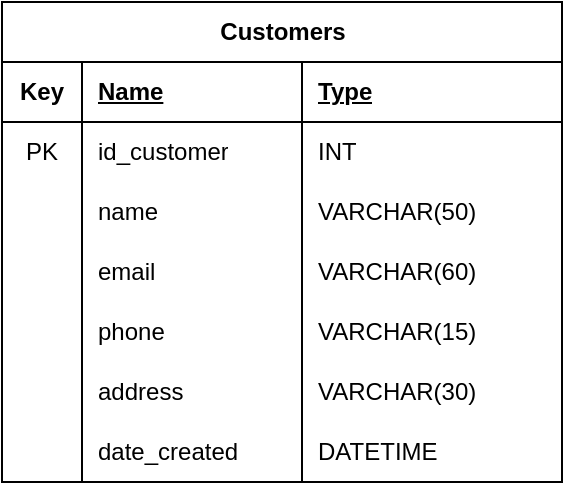
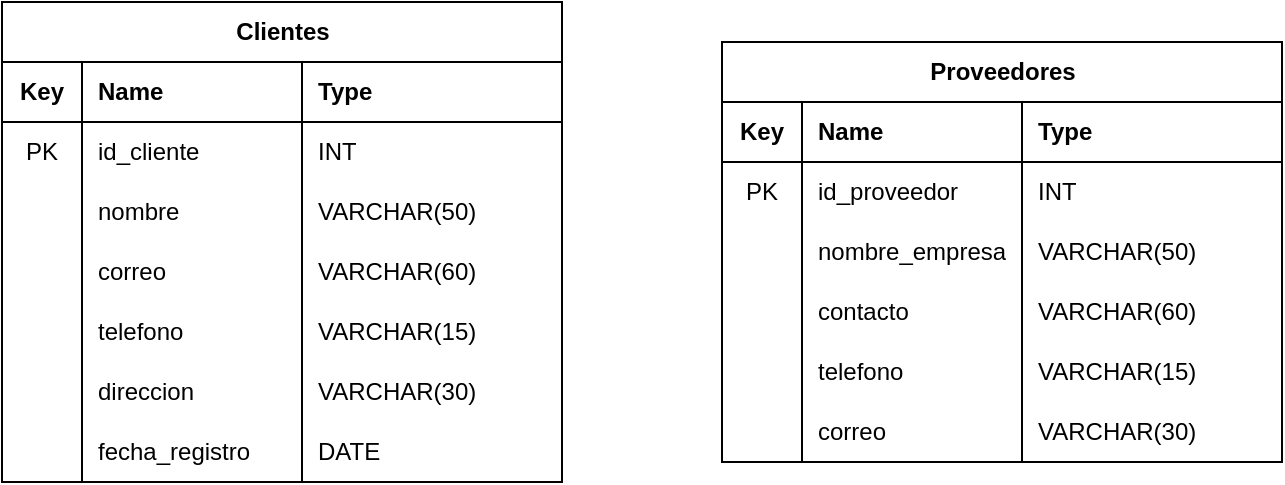
<mxfile host="Electron">
  <diagram name="Página-1" id="sR1Ps0EO85C2Zj-pyHuZ">
-     <mxGraphModel dx="524" dy="311" grid="1" gridSize="10" guides="1" tooltips="1" connect="1" arrows="1" fold="1" page="0" pageScale="1" pageWidth="1200" pageHeight="1600" math="0" shadow="0">
+     <mxGraphModel dx="673" dy="400" grid="1" gridSize="10" guides="1" tooltips="1" connect="1" arrows="1" fold="1" page="0" pageScale="1" pageWidth="1200" pageHeight="1600" math="0" shadow="0">
      <root>
        <mxCell id="0" />
        <mxCell id="1" parent="0" />
-         <mxCell id="xAmgPdqkpu9deVfPNxn2-15" parent="1" style="shape=table;startSize=30;container=1;collapsible=1;childLayout=tableLayout;fixedRows=1;rowLines=0;fontStyle=1;align=center;resizeLast=1;html=1;" value="Customers" vertex="1">
+         <mxCell id="xAmgPdqkpu9deVfPNxn2-15" parent="1" style="shape=table;startSize=30;container=1;collapsible=1;childLayout=tableLayout;fixedRows=1;rowLines=0;fontStyle=1;align=center;resizeLast=1;html=1;" value="Clientes" vertex="1">
          <mxGeometry height="240" width="280" x="200" y="180" as="geometry" />
        </mxCell>
        <mxCell id="xAmgPdqkpu9deVfPNxn2-16" parent="xAmgPdqkpu9deVfPNxn2-15" style="shape=tableRow;horizontal=0;startSize=0;swimlaneHead=0;swimlaneBody=0;fillColor=none;collapsible=0;dropTarget=0;points=[[0,0.5],[1,0.5]];portConstraint=eastwest;top=0;left=0;right=0;bottom=1;" value="" vertex="1">
          <mxGeometry height="30" width="280" y="30" as="geometry" />
        </mxCell>
        <mxCell id="xAmgPdqkpu9deVfPNxn2-17" parent="xAmgPdqkpu9deVfPNxn2-16" style="shape=partialRectangle;connectable=0;fillColor=none;top=0;left=0;bottom=0;right=0;fontStyle=1;overflow=hidden;whiteSpace=wrap;html=1;" value="Key" vertex="1">
          <mxGeometry height="30" width="40" as="geometry">
            <mxRectangle height="30" width="40" as="alternateBounds" />
          </mxGeometry>
        </mxCell>
-         <mxCell id="xAmgPdqkpu9deVfPNxn2-18" parent="xAmgPdqkpu9deVfPNxn2-16" style="shape=partialRectangle;connectable=0;fillColor=none;top=0;left=0;bottom=0;right=0;align=left;spacingLeft=6;fontStyle=5;overflow=hidden;whiteSpace=wrap;html=1;" value="Name" vertex="1">
-           <mxGeometry height="30" width="110" x="40" as="geometry">
-             <mxRectangle height="30" width="110" as="alternateBounds" />
-           </mxGeometry>
-         </mxCell>
-         <mxCell id="xAmgPdqkpu9deVfPNxn2-35" parent="xAmgPdqkpu9deVfPNxn2-16" style="shape=partialRectangle;connectable=0;fillColor=none;top=0;left=0;bottom=0;right=0;align=left;spacingLeft=6;fontStyle=5;overflow=hidden;whiteSpace=wrap;html=1;" value="Type" vertex="1">
+         <mxCell id="xAmgPdqkpu9deVfPNxn2-18" parent="xAmgPdqkpu9deVfPNxn2-16" style="shape=partialRectangle;connectable=0;fillColor=none;top=0;left=0;bottom=0;right=0;align=left;spacingLeft=6;fontStyle=1;overflow=hidden;whiteSpace=wrap;html=1;" value="Name" vertex="1">
+           <mxGeometry height="30" width="110" x="40" as="geometry">
+             <mxRectangle height="30" width="110" as="alternateBounds" />
+           </mxGeometry>
+         </mxCell>
+         <mxCell id="xAmgPdqkpu9deVfPNxn2-35" parent="xAmgPdqkpu9deVfPNxn2-16" style="shape=partialRectangle;connectable=0;fillColor=none;top=0;left=0;bottom=0;right=0;align=left;spacingLeft=6;fontStyle=1;overflow=hidden;whiteSpace=wrap;html=1;" value="Type" vertex="1">
          <mxGeometry height="30" width="130" x="150" as="geometry">
            <mxRectangle height="30" width="130" as="alternateBounds" />
          </mxGeometry>
        </mxCell>
        <mxCell id="xAmgPdqkpu9deVfPNxn2-19" parent="xAmgPdqkpu9deVfPNxn2-15" style="shape=tableRow;horizontal=0;startSize=0;swimlaneHead=0;swimlaneBody=0;fillColor=none;collapsible=0;dropTarget=0;points=[[0,0.5],[1,0.5]];portConstraint=eastwest;top=0;left=0;right=0;bottom=0;" value="" vertex="1">
          <mxGeometry height="30" width="280" y="60" as="geometry" />
        </mxCell>
        <mxCell id="xAmgPdqkpu9deVfPNxn2-20" parent="xAmgPdqkpu9deVfPNxn2-19" style="shape=partialRectangle;connectable=0;fillColor=none;top=0;left=0;bottom=0;right=0;editable=1;overflow=hidden;whiteSpace=wrap;html=1;" value="PK" vertex="1">
          <mxGeometry height="30" width="40" as="geometry">
            <mxRectangle height="30" width="40" as="alternateBounds" />
          </mxGeometry>
        </mxCell>
-         <mxCell id="xAmgPdqkpu9deVfPNxn2-21" parent="xAmgPdqkpu9deVfPNxn2-19" style="shape=partialRectangle;connectable=0;fillColor=none;top=0;left=0;bottom=0;right=0;align=left;spacingLeft=6;overflow=hidden;whiteSpace=wrap;html=1;" value="id_customer" vertex="1">
+         <mxCell id="xAmgPdqkpu9deVfPNxn2-21" parent="xAmgPdqkpu9deVfPNxn2-19" style="shape=partialRectangle;connectable=0;fillColor=none;top=0;left=0;bottom=0;right=0;align=left;spacingLeft=6;overflow=hidden;whiteSpace=wrap;html=1;" value="id_cliente" vertex="1">
          <mxGeometry height="30" width="110" x="40" as="geometry">
            <mxRectangle height="30" width="110" as="alternateBounds" />
          </mxGeometry>
        </mxCell>
        <mxCell id="xAmgPdqkpu9deVfPNxn2-36" parent="xAmgPdqkpu9deVfPNxn2-19" style="shape=partialRectangle;connectable=0;fillColor=none;top=0;left=0;bottom=0;right=0;align=left;spacingLeft=6;overflow=hidden;whiteSpace=wrap;html=1;" value="INT" vertex="1">
          <mxGeometry height="30" width="130" x="150" as="geometry">
            <mxRectangle height="30" width="130" as="alternateBounds" />
          </mxGeometry>
        </mxCell>
        <mxCell id="xAmgPdqkpu9deVfPNxn2-22" parent="xAmgPdqkpu9deVfPNxn2-15" style="shape=tableRow;horizontal=0;startSize=0;swimlaneHead=0;swimlaneBody=0;fillColor=none;collapsible=0;dropTarget=0;points=[[0,0.5],[1,0.5]];portConstraint=eastwest;top=0;left=0;right=0;bottom=0;" value="" vertex="1">
          <mxGeometry height="30" width="280" y="90" as="geometry" />
        </mxCell>
        <mxCell id="xAmgPdqkpu9deVfPNxn2-23" parent="xAmgPdqkpu9deVfPNxn2-22" style="shape=partialRectangle;connectable=0;fillColor=none;top=0;left=0;bottom=0;right=0;editable=1;overflow=hidden;whiteSpace=wrap;html=1;" value="" vertex="1">
          <mxGeometry height="30" width="40" as="geometry">
            <mxRectangle height="30" width="40" as="alternateBounds" />
          </mxGeometry>
        </mxCell>
-         <mxCell id="xAmgPdqkpu9deVfPNxn2-24" parent="xAmgPdqkpu9deVfPNxn2-22" style="shape=partialRectangle;connectable=0;fillColor=none;top=0;left=0;bottom=0;right=0;align=left;spacingLeft=6;overflow=hidden;whiteSpace=wrap;html=1;" value="name" vertex="1">
+         <mxCell id="xAmgPdqkpu9deVfPNxn2-24" parent="xAmgPdqkpu9deVfPNxn2-22" style="shape=partialRectangle;connectable=0;fillColor=none;top=0;left=0;bottom=0;right=0;align=left;spacingLeft=6;overflow=hidden;whiteSpace=wrap;html=1;" value="nombre" vertex="1">
          <mxGeometry height="30" width="110" x="40" as="geometry">
            <mxRectangle height="30" width="110" as="alternateBounds" />
          </mxGeometry>
        </mxCell>
        <mxCell id="xAmgPdqkpu9deVfPNxn2-37" parent="xAmgPdqkpu9deVfPNxn2-22" style="shape=partialRectangle;connectable=0;fillColor=none;top=0;left=0;bottom=0;right=0;align=left;spacingLeft=6;overflow=hidden;whiteSpace=wrap;html=1;" value="VARCHAR(50)" vertex="1">
          <mxGeometry height="30" width="130" x="150" as="geometry">
            <mxRectangle height="30" width="130" as="alternateBounds" />
          </mxGeometry>
        </mxCell>
        <mxCell id="xAmgPdqkpu9deVfPNxn2-25" parent="xAmgPdqkpu9deVfPNxn2-15" style="shape=tableRow;horizontal=0;startSize=0;swimlaneHead=0;swimlaneBody=0;fillColor=none;collapsible=0;dropTarget=0;points=[[0,0.5],[1,0.5]];portConstraint=eastwest;top=0;left=0;right=0;bottom=0;" value="" vertex="1">
          <mxGeometry height="30" width="280" y="120" as="geometry" />
        </mxCell>
        <mxCell id="xAmgPdqkpu9deVfPNxn2-26" parent="xAmgPdqkpu9deVfPNxn2-25" style="shape=partialRectangle;connectable=0;fillColor=none;top=0;left=0;bottom=0;right=0;editable=1;overflow=hidden;whiteSpace=wrap;html=1;" value="" vertex="1">
          <mxGeometry height="30" width="40" as="geometry">
            <mxRectangle height="30" width="40" as="alternateBounds" />
          </mxGeometry>
        </mxCell>
-         <mxCell id="xAmgPdqkpu9deVfPNxn2-27" parent="xAmgPdqkpu9deVfPNxn2-25" style="shape=partialRectangle;connectable=0;fillColor=none;top=0;left=0;bottom=0;right=0;align=left;spacingLeft=6;overflow=hidden;whiteSpace=wrap;html=1;" value="email" vertex="1">
+         <mxCell id="xAmgPdqkpu9deVfPNxn2-27" parent="xAmgPdqkpu9deVfPNxn2-25" style="shape=partialRectangle;connectable=0;fillColor=none;top=0;left=0;bottom=0;right=0;align=left;spacingLeft=6;overflow=hidden;whiteSpace=wrap;html=1;" value="correo" vertex="1">
          <mxGeometry height="30" width="110" x="40" as="geometry">
            <mxRectangle height="30" width="110" as="alternateBounds" />
          </mxGeometry>
        </mxCell>
        <mxCell id="xAmgPdqkpu9deVfPNxn2-38" parent="xAmgPdqkpu9deVfPNxn2-25" style="shape=partialRectangle;connectable=0;fillColor=none;top=0;left=0;bottom=0;right=0;align=left;spacingLeft=6;overflow=hidden;whiteSpace=wrap;html=1;" value="VARCHAR(60)" vertex="1">
          <mxGeometry height="30" width="130" x="150" as="geometry">
            <mxRectangle height="30" width="130" as="alternateBounds" />
          </mxGeometry>
        </mxCell>
        <mxCell id="xAmgPdqkpu9deVfPNxn2-51" parent="xAmgPdqkpu9deVfPNxn2-15" style="shape=tableRow;horizontal=0;startSize=0;swimlaneHead=0;swimlaneBody=0;fillColor=none;collapsible=0;dropTarget=0;points=[[0,0.5],[1,0.5]];portConstraint=eastwest;top=0;left=0;right=0;bottom=0;" vertex="1">
          <mxGeometry height="30" width="280" y="150" as="geometry" />
        </mxCell>
        <mxCell id="xAmgPdqkpu9deVfPNxn2-52" parent="xAmgPdqkpu9deVfPNxn2-51" style="shape=partialRectangle;connectable=0;fillColor=none;top=0;left=0;bottom=0;right=0;editable=1;overflow=hidden;whiteSpace=wrap;html=1;" vertex="1">
          <mxGeometry height="30" width="40" as="geometry">
            <mxRectangle height="30" width="40" as="alternateBounds" />
          </mxGeometry>
        </mxCell>
-         <mxCell id="xAmgPdqkpu9deVfPNxn2-53" parent="xAmgPdqkpu9deVfPNxn2-51" style="shape=partialRectangle;connectable=0;fillColor=none;top=0;left=0;bottom=0;right=0;align=left;spacingLeft=6;overflow=hidden;whiteSpace=wrap;html=1;" value="phone" vertex="1">
+         <mxCell id="xAmgPdqkpu9deVfPNxn2-53" parent="xAmgPdqkpu9deVfPNxn2-51" style="shape=partialRectangle;connectable=0;fillColor=none;top=0;left=0;bottom=0;right=0;align=left;spacingLeft=6;overflow=hidden;whiteSpace=wrap;html=1;" value="telefono" vertex="1">
          <mxGeometry height="30" width="110" x="40" as="geometry">
            <mxRectangle height="30" width="110" as="alternateBounds" />
          </mxGeometry>
        </mxCell>
        <mxCell id="xAmgPdqkpu9deVfPNxn2-54" parent="xAmgPdqkpu9deVfPNxn2-51" style="shape=partialRectangle;connectable=0;fillColor=none;top=0;left=0;bottom=0;right=0;align=left;spacingLeft=6;overflow=hidden;whiteSpace=wrap;html=1;" value="VARCHAR(15)" vertex="1">
          <mxGeometry height="30" width="130" x="150" as="geometry">
            <mxRectangle height="30" width="130" as="alternateBounds" />
          </mxGeometry>
        </mxCell>
        <mxCell id="xAmgPdqkpu9deVfPNxn2-47" parent="xAmgPdqkpu9deVfPNxn2-15" style="shape=tableRow;horizontal=0;startSize=0;swimlaneHead=0;swimlaneBody=0;fillColor=none;collapsible=0;dropTarget=0;points=[[0,0.5],[1,0.5]];portConstraint=eastwest;top=0;left=0;right=0;bottom=0;" vertex="1">
          <mxGeometry height="30" width="280" y="180" as="geometry" />
        </mxCell>
        <mxCell id="xAmgPdqkpu9deVfPNxn2-48" parent="xAmgPdqkpu9deVfPNxn2-47" style="shape=partialRectangle;connectable=0;fillColor=none;top=0;left=0;bottom=0;right=0;editable=1;overflow=hidden;whiteSpace=wrap;html=1;" vertex="1">
          <mxGeometry height="30" width="40" as="geometry">
            <mxRectangle height="30" width="40" as="alternateBounds" />
          </mxGeometry>
        </mxCell>
-         <mxCell id="xAmgPdqkpu9deVfPNxn2-49" parent="xAmgPdqkpu9deVfPNxn2-47" style="shape=partialRectangle;connectable=0;fillColor=none;top=0;left=0;bottom=0;right=0;align=left;spacingLeft=6;overflow=hidden;whiteSpace=wrap;html=1;" value="address" vertex="1">
+         <mxCell id="xAmgPdqkpu9deVfPNxn2-49" parent="xAmgPdqkpu9deVfPNxn2-47" style="shape=partialRectangle;connectable=0;fillColor=none;top=0;left=0;bottom=0;right=0;align=left;spacingLeft=6;overflow=hidden;whiteSpace=wrap;html=1;" value="direccion" vertex="1">
          <mxGeometry height="30" width="110" x="40" as="geometry">
            <mxRectangle height="30" width="110" as="alternateBounds" />
          </mxGeometry>
        </mxCell>
        <mxCell id="xAmgPdqkpu9deVfPNxn2-50" parent="xAmgPdqkpu9deVfPNxn2-47" style="shape=partialRectangle;connectable=0;fillColor=none;top=0;left=0;bottom=0;right=0;align=left;spacingLeft=6;overflow=hidden;whiteSpace=wrap;html=1;" value="VARCHAR(30)" vertex="1">
          <mxGeometry height="30" width="130" x="150" as="geometry">
            <mxRectangle height="30" width="130" as="alternateBounds" />
          </mxGeometry>
        </mxCell>
        <mxCell id="xAmgPdqkpu9deVfPNxn2-43" parent="xAmgPdqkpu9deVfPNxn2-15" style="shape=tableRow;horizontal=0;startSize=0;swimlaneHead=0;swimlaneBody=0;fillColor=none;collapsible=0;dropTarget=0;points=[[0,0.5],[1,0.5]];portConstraint=eastwest;top=0;left=0;right=0;bottom=0;" vertex="1">
          <mxGeometry height="30" width="280" y="210" as="geometry" />
        </mxCell>
        <mxCell id="xAmgPdqkpu9deVfPNxn2-44" parent="xAmgPdqkpu9deVfPNxn2-43" style="shape=partialRectangle;connectable=0;fillColor=none;top=0;left=0;bottom=0;right=0;editable=1;overflow=hidden;whiteSpace=wrap;html=1;" vertex="1">
          <mxGeometry height="30" width="40" as="geometry">
            <mxRectangle height="30" width="40" as="alternateBounds" />
          </mxGeometry>
        </mxCell>
-         <mxCell id="xAmgPdqkpu9deVfPNxn2-45" parent="xAmgPdqkpu9deVfPNxn2-43" style="shape=partialRectangle;connectable=0;fillColor=none;top=0;left=0;bottom=0;right=0;align=left;spacingLeft=6;overflow=hidden;whiteSpace=wrap;html=1;" value="date_created" vertex="1">
-           <mxGeometry height="30" width="110" x="40" as="geometry">
-             <mxRectangle height="30" width="110" as="alternateBounds" />
-           </mxGeometry>
-         </mxCell>
-         <mxCell id="xAmgPdqkpu9deVfPNxn2-46" parent="xAmgPdqkpu9deVfPNxn2-43" style="shape=partialRectangle;connectable=0;fillColor=none;top=0;left=0;bottom=0;right=0;align=left;spacingLeft=6;overflow=hidden;whiteSpace=wrap;html=1;" value="DATETIME" vertex="1">
+         <mxCell id="xAmgPdqkpu9deVfPNxn2-45" parent="xAmgPdqkpu9deVfPNxn2-43" style="shape=partialRectangle;connectable=0;fillColor=none;top=0;left=0;bottom=0;right=0;align=left;spacingLeft=6;overflow=hidden;whiteSpace=wrap;html=1;" value="fecha_registro" vertex="1">
+           <mxGeometry height="30" width="110" x="40" as="geometry">
+             <mxRectangle height="30" width="110" as="alternateBounds" />
+           </mxGeometry>
+         </mxCell>
+         <mxCell id="xAmgPdqkpu9deVfPNxn2-46" parent="xAmgPdqkpu9deVfPNxn2-43" style="shape=partialRectangle;connectable=0;fillColor=none;top=0;left=0;bottom=0;right=0;align=left;spacingLeft=6;overflow=hidden;whiteSpace=wrap;html=1;" value="DATE" vertex="1">
+           <mxGeometry height="30" width="130" x="150" as="geometry">
+             <mxRectangle height="30" width="130" as="alternateBounds" />
+           </mxGeometry>
+         </mxCell>
+         <mxCell id="K0b2Ki9Ypb01gu5B7JBL-1" parent="1" style="shape=table;startSize=30;container=1;collapsible=1;childLayout=tableLayout;fixedRows=1;rowLines=0;fontStyle=1;align=center;resizeLast=1;html=1;" value="Proveedores" vertex="1">
+           <mxGeometry height="210" width="280" x="560" y="200" as="geometry" />
+         </mxCell>
+         <mxCell id="K0b2Ki9Ypb01gu5B7JBL-2" parent="K0b2Ki9Ypb01gu5B7JBL-1" style="shape=tableRow;horizontal=0;startSize=0;swimlaneHead=0;swimlaneBody=0;fillColor=none;collapsible=0;dropTarget=0;points=[[0,0.5],[1,0.5]];portConstraint=eastwest;top=0;left=0;right=0;bottom=1;" value="" vertex="1">
+           <mxGeometry height="30" width="280" y="30" as="geometry" />
+         </mxCell>
+         <mxCell id="K0b2Ki9Ypb01gu5B7JBL-3" parent="K0b2Ki9Ypb01gu5B7JBL-2" style="shape=partialRectangle;connectable=0;fillColor=none;top=0;left=0;bottom=0;right=0;fontStyle=1;overflow=hidden;whiteSpace=wrap;html=1;" value="Key" vertex="1">
+           <mxGeometry height="30" width="40" as="geometry">
+             <mxRectangle height="30" width="40" as="alternateBounds" />
+           </mxGeometry>
+         </mxCell>
+         <mxCell id="K0b2Ki9Ypb01gu5B7JBL-4" parent="K0b2Ki9Ypb01gu5B7JBL-2" style="shape=partialRectangle;connectable=0;fillColor=none;top=0;left=0;bottom=0;right=0;align=left;spacingLeft=6;fontStyle=1;overflow=hidden;whiteSpace=wrap;html=1;" value="Name" vertex="1">
+           <mxGeometry height="30" width="110" x="40" as="geometry">
+             <mxRectangle height="30" width="110" as="alternateBounds" />
+           </mxGeometry>
+         </mxCell>
+         <mxCell id="K0b2Ki9Ypb01gu5B7JBL-5" parent="K0b2Ki9Ypb01gu5B7JBL-2" style="shape=partialRectangle;connectable=0;fillColor=none;top=0;left=0;bottom=0;right=0;align=left;spacingLeft=6;fontStyle=1;overflow=hidden;whiteSpace=wrap;html=1;" value="Type" vertex="1">
+           <mxGeometry height="30" width="130" x="150" as="geometry">
+             <mxRectangle height="30" width="130" as="alternateBounds" />
+           </mxGeometry>
+         </mxCell>
+         <mxCell id="K0b2Ki9Ypb01gu5B7JBL-6" parent="K0b2Ki9Ypb01gu5B7JBL-1" style="shape=tableRow;horizontal=0;startSize=0;swimlaneHead=0;swimlaneBody=0;fillColor=none;collapsible=0;dropTarget=0;points=[[0,0.5],[1,0.5]];portConstraint=eastwest;top=0;left=0;right=0;bottom=0;" value="" vertex="1">
+           <mxGeometry height="30" width="280" y="60" as="geometry" />
+         </mxCell>
+         <mxCell id="K0b2Ki9Ypb01gu5B7JBL-7" parent="K0b2Ki9Ypb01gu5B7JBL-6" style="shape=partialRectangle;connectable=0;fillColor=none;top=0;left=0;bottom=0;right=0;editable=1;overflow=hidden;whiteSpace=wrap;html=1;" value="PK" vertex="1">
+           <mxGeometry height="30" width="40" as="geometry">
+             <mxRectangle height="30" width="40" as="alternateBounds" />
+           </mxGeometry>
+         </mxCell>
+         <mxCell id="K0b2Ki9Ypb01gu5B7JBL-8" parent="K0b2Ki9Ypb01gu5B7JBL-6" style="shape=partialRectangle;connectable=0;fillColor=none;top=0;left=0;bottom=0;right=0;align=left;spacingLeft=6;overflow=hidden;whiteSpace=wrap;html=1;" value="id_proveedor" vertex="1">
+           <mxGeometry height="30" width="110" x="40" as="geometry">
+             <mxRectangle height="30" width="110" as="alternateBounds" />
+           </mxGeometry>
+         </mxCell>
+         <mxCell id="K0b2Ki9Ypb01gu5B7JBL-9" parent="K0b2Ki9Ypb01gu5B7JBL-6" style="shape=partialRectangle;connectable=0;fillColor=none;top=0;left=0;bottom=0;right=0;align=left;spacingLeft=6;overflow=hidden;whiteSpace=wrap;html=1;" value="INT" vertex="1">
+           <mxGeometry height="30" width="130" x="150" as="geometry">
+             <mxRectangle height="30" width="130" as="alternateBounds" />
+           </mxGeometry>
+         </mxCell>
+         <mxCell id="K0b2Ki9Ypb01gu5B7JBL-10" parent="K0b2Ki9Ypb01gu5B7JBL-1" style="shape=tableRow;horizontal=0;startSize=0;swimlaneHead=0;swimlaneBody=0;fillColor=none;collapsible=0;dropTarget=0;points=[[0,0.5],[1,0.5]];portConstraint=eastwest;top=0;left=0;right=0;bottom=0;" value="" vertex="1">
+           <mxGeometry height="30" width="280" y="90" as="geometry" />
+         </mxCell>
+         <mxCell id="K0b2Ki9Ypb01gu5B7JBL-11" parent="K0b2Ki9Ypb01gu5B7JBL-10" style="shape=partialRectangle;connectable=0;fillColor=none;top=0;left=0;bottom=0;right=0;editable=1;overflow=hidden;whiteSpace=wrap;html=1;" value="" vertex="1">
+           <mxGeometry height="30" width="40" as="geometry">
+             <mxRectangle height="30" width="40" as="alternateBounds" />
+           </mxGeometry>
+         </mxCell>
+         <mxCell id="K0b2Ki9Ypb01gu5B7JBL-12" parent="K0b2Ki9Ypb01gu5B7JBL-10" style="shape=partialRectangle;connectable=0;fillColor=none;top=0;left=0;bottom=0;right=0;align=left;spacingLeft=6;overflow=hidden;whiteSpace=wrap;html=1;" value="nombre_empresa" vertex="1">
+           <mxGeometry height="30" width="110" x="40" as="geometry">
+             <mxRectangle height="30" width="110" as="alternateBounds" />
+           </mxGeometry>
+         </mxCell>
+         <mxCell id="K0b2Ki9Ypb01gu5B7JBL-13" parent="K0b2Ki9Ypb01gu5B7JBL-10" style="shape=partialRectangle;connectable=0;fillColor=none;top=0;left=0;bottom=0;right=0;align=left;spacingLeft=6;overflow=hidden;whiteSpace=wrap;html=1;" value="VARCHAR(50)" vertex="1">
+           <mxGeometry height="30" width="130" x="150" as="geometry">
+             <mxRectangle height="30" width="130" as="alternateBounds" />
+           </mxGeometry>
+         </mxCell>
+         <mxCell id="K0b2Ki9Ypb01gu5B7JBL-14" parent="K0b2Ki9Ypb01gu5B7JBL-1" style="shape=tableRow;horizontal=0;startSize=0;swimlaneHead=0;swimlaneBody=0;fillColor=none;collapsible=0;dropTarget=0;points=[[0,0.5],[1,0.5]];portConstraint=eastwest;top=0;left=0;right=0;bottom=0;" value="" vertex="1">
+           <mxGeometry height="30" width="280" y="120" as="geometry" />
+         </mxCell>
+         <mxCell id="K0b2Ki9Ypb01gu5B7JBL-15" parent="K0b2Ki9Ypb01gu5B7JBL-14" style="shape=partialRectangle;connectable=0;fillColor=none;top=0;left=0;bottom=0;right=0;editable=1;overflow=hidden;whiteSpace=wrap;html=1;" value="" vertex="1">
+           <mxGeometry height="30" width="40" as="geometry">
+             <mxRectangle height="30" width="40" as="alternateBounds" />
+           </mxGeometry>
+         </mxCell>
+         <mxCell id="K0b2Ki9Ypb01gu5B7JBL-16" parent="K0b2Ki9Ypb01gu5B7JBL-14" style="shape=partialRectangle;connectable=0;fillColor=none;top=0;left=0;bottom=0;right=0;align=left;spacingLeft=6;overflow=hidden;whiteSpace=wrap;html=1;" value="contacto" vertex="1">
+           <mxGeometry height="30" width="110" x="40" as="geometry">
+             <mxRectangle height="30" width="110" as="alternateBounds" />
+           </mxGeometry>
+         </mxCell>
+         <mxCell id="K0b2Ki9Ypb01gu5B7JBL-17" parent="K0b2Ki9Ypb01gu5B7JBL-14" style="shape=partialRectangle;connectable=0;fillColor=none;top=0;left=0;bottom=0;right=0;align=left;spacingLeft=6;overflow=hidden;whiteSpace=wrap;html=1;" value="VARCHAR(60)" vertex="1">
+           <mxGeometry height="30" width="130" x="150" as="geometry">
+             <mxRectangle height="30" width="130" as="alternateBounds" />
+           </mxGeometry>
+         </mxCell>
+         <mxCell id="K0b2Ki9Ypb01gu5B7JBL-18" parent="K0b2Ki9Ypb01gu5B7JBL-1" style="shape=tableRow;horizontal=0;startSize=0;swimlaneHead=0;swimlaneBody=0;fillColor=none;collapsible=0;dropTarget=0;points=[[0,0.5],[1,0.5]];portConstraint=eastwest;top=0;left=0;right=0;bottom=0;" vertex="1">
+           <mxGeometry height="30" width="280" y="150" as="geometry" />
+         </mxCell>
+         <mxCell id="K0b2Ki9Ypb01gu5B7JBL-19" parent="K0b2Ki9Ypb01gu5B7JBL-18" style="shape=partialRectangle;connectable=0;fillColor=none;top=0;left=0;bottom=0;right=0;editable=1;overflow=hidden;whiteSpace=wrap;html=1;" vertex="1">
+           <mxGeometry height="30" width="40" as="geometry">
+             <mxRectangle height="30" width="40" as="alternateBounds" />
+           </mxGeometry>
+         </mxCell>
+         <mxCell id="K0b2Ki9Ypb01gu5B7JBL-20" parent="K0b2Ki9Ypb01gu5B7JBL-18" style="shape=partialRectangle;connectable=0;fillColor=none;top=0;left=0;bottom=0;right=0;align=left;spacingLeft=6;overflow=hidden;whiteSpace=wrap;html=1;" value="telefono" vertex="1">
+           <mxGeometry height="30" width="110" x="40" as="geometry">
+             <mxRectangle height="30" width="110" as="alternateBounds" />
+           </mxGeometry>
+         </mxCell>
+         <mxCell id="K0b2Ki9Ypb01gu5B7JBL-21" parent="K0b2Ki9Ypb01gu5B7JBL-18" style="shape=partialRectangle;connectable=0;fillColor=none;top=0;left=0;bottom=0;right=0;align=left;spacingLeft=6;overflow=hidden;whiteSpace=wrap;html=1;" value="VARCHAR(15)" vertex="1">
+           <mxGeometry height="30" width="130" x="150" as="geometry">
+             <mxRectangle height="30" width="130" as="alternateBounds" />
+           </mxGeometry>
+         </mxCell>
+         <mxCell id="K0b2Ki9Ypb01gu5B7JBL-22" parent="K0b2Ki9Ypb01gu5B7JBL-1" style="shape=tableRow;horizontal=0;startSize=0;swimlaneHead=0;swimlaneBody=0;fillColor=none;collapsible=0;dropTarget=0;points=[[0,0.5],[1,0.5]];portConstraint=eastwest;top=0;left=0;right=0;bottom=0;" vertex="1">
+           <mxGeometry height="30" width="280" y="180" as="geometry" />
+         </mxCell>
+         <mxCell id="K0b2Ki9Ypb01gu5B7JBL-23" parent="K0b2Ki9Ypb01gu5B7JBL-22" style="shape=partialRectangle;connectable=0;fillColor=none;top=0;left=0;bottom=0;right=0;editable=1;overflow=hidden;whiteSpace=wrap;html=1;" vertex="1">
+           <mxGeometry height="30" width="40" as="geometry">
+             <mxRectangle height="30" width="40" as="alternateBounds" />
+           </mxGeometry>
+         </mxCell>
+         <mxCell id="K0b2Ki9Ypb01gu5B7JBL-24" parent="K0b2Ki9Ypb01gu5B7JBL-22" style="shape=partialRectangle;connectable=0;fillColor=none;top=0;left=0;bottom=0;right=0;align=left;spacingLeft=6;overflow=hidden;whiteSpace=wrap;html=1;" value="correo" vertex="1">
+           <mxGeometry height="30" width="110" x="40" as="geometry">
+             <mxRectangle height="30" width="110" as="alternateBounds" />
+           </mxGeometry>
+         </mxCell>
+         <mxCell id="K0b2Ki9Ypb01gu5B7JBL-25" parent="K0b2Ki9Ypb01gu5B7JBL-22" style="shape=partialRectangle;connectable=0;fillColor=none;top=0;left=0;bottom=0;right=0;align=left;spacingLeft=6;overflow=hidden;whiteSpace=wrap;html=1;" value="VARCHAR(30)" vertex="1">
          <mxGeometry height="30" width="130" x="150" as="geometry">
            <mxRectangle height="30" width="130" as="alternateBounds" />
          </mxGeometry>
        </mxCell>
      </root>
    </mxGraphModel>
  </diagram>
</mxfile>
